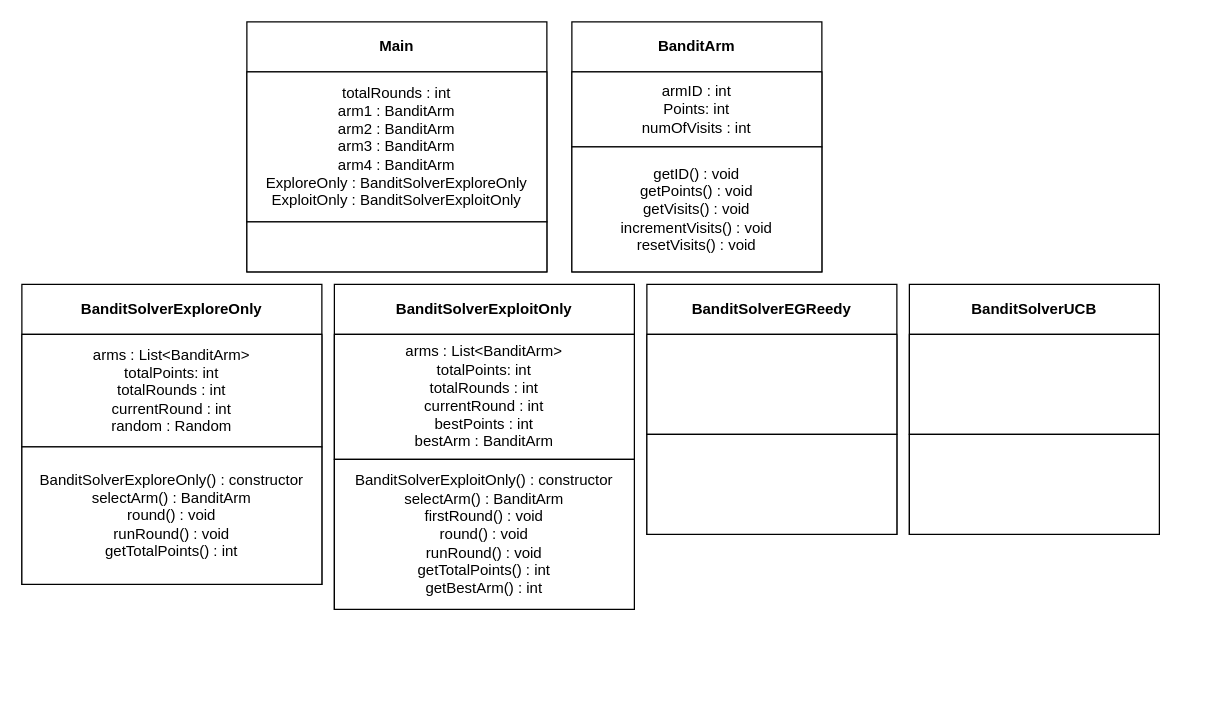
DanciuA004/Year3Project keeps this draw.io diagram as documents/Bandit UML.drawio. Above is the earlier version. Source tidied: cells renumbered, new cells numbered last; positions are measured from the earlier drawing's top-left corner, leaving out a move shared by most shapes. Both pictures are drawn from the tidied source at 125%, with x=0, y=0 at pixel (21, 21).
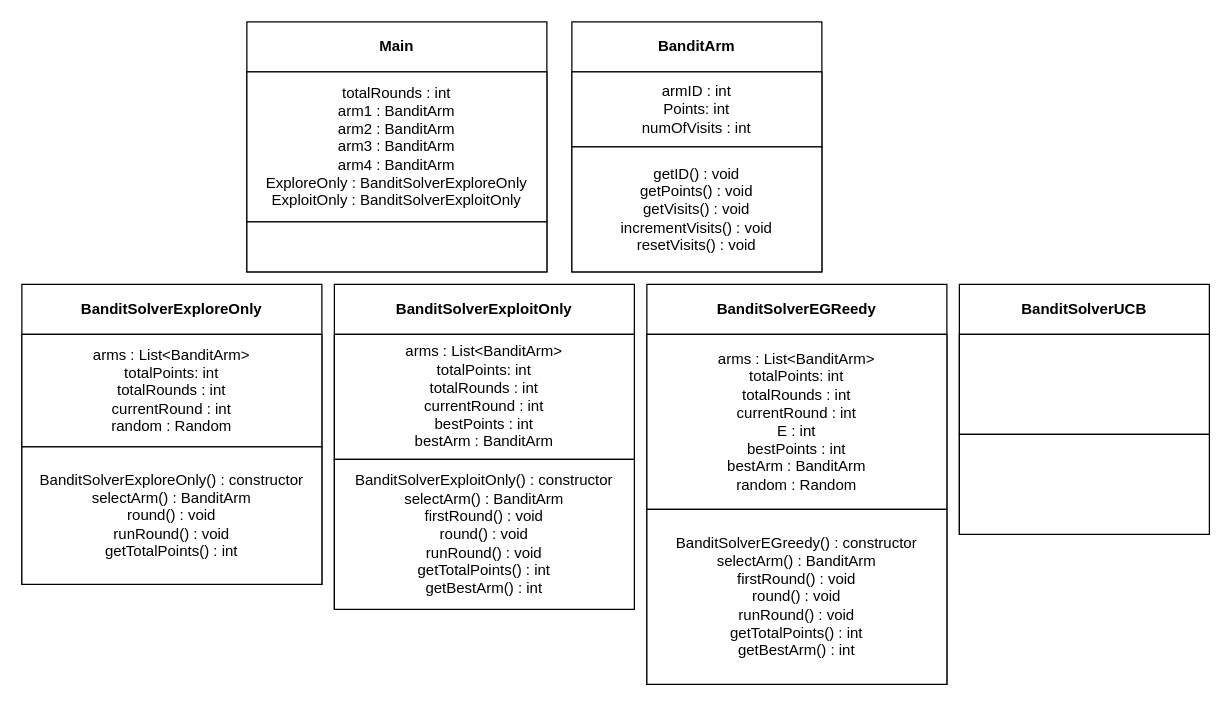
The same page after the edit.

Commit message:
Updated Bandit UML to reflect current code

Diff of the diagram source:
```diff
@@
 <mxGraphModel>
   <root>
     <mxCell id="0" />
     <mxCell id="1" parent="0" />
     <mxCell id="2" value="Main" style="swimlane;whiteSpace=wrap;html=1;startSize=40;" parent="1" vertex="1">
       <mxGeometry x="180" width="240" height="200" as="geometry" />
     </mxCell>
     <mxCell id="3" value="totalRounds : int&lt;br&gt;arm1 : BanditArm&lt;br&gt;arm2 : BanditArm&lt;br&gt;arm3 : BanditArm&lt;br&gt;arm4 : BanditArm&lt;br&gt;ExploreOnly :&amp;nbsp;BanditSolverExploreOnly&lt;br&gt;ExploitOnly : BanditSolverExploitOnly" style="whiteSpace=wrap;html=1;" parent="2" vertex="1">
       <mxGeometry y="40" width="240" height="120" as="geometry" />
     </mxCell>
     <mxCell id="4" style="whiteSpace=wrap;html=1;" parent="2" vertex="1">
       <mxGeometry y="160" width="240" height="40" as="geometry" />
     </mxCell>
     <mxCell id="5" value="BanditArm" style="swimlane;whiteSpace=wrap;html=1;startSize=40;" parent="1" vertex="1">
       <mxGeometry x="440" width="200" height="200" as="geometry" />
     </mxCell>
     <mxCell id="6" value="armID : int&lt;br&gt;Points: int&lt;br&gt;numOfVisits : int" style="whiteSpace=wrap;html=1;" parent="5" vertex="1">
       <mxGeometry y="40" width="200" height="60" as="geometry" />
     </mxCell>
     <mxCell id="7" value="getID() : void&lt;br&gt;getPoints() : void&lt;br&gt;getVisits() : void&lt;br&gt;incrementVisits() : void&lt;br&gt;resetVisits() : void" style="whiteSpace=wrap;html=1;" parent="5" vertex="1">
       <mxGeometry y="100" width="200" height="100" as="geometry" />
     </mxCell>
     <mxCell id="8" value="BanditSolverExploreOnly" style="swimlane;whiteSpace=wrap;html=1;startSize=40;" parent="1" vertex="1">
       <mxGeometry y="210" width="240" height="240" as="geometry" />
     </mxCell>
     <mxCell id="9" value="arms : List&amp;lt;BanditArm&amp;gt;&lt;br&gt;totalPoints: int&lt;br&gt;totalRounds : int&lt;br&gt;currentRound : int&lt;br&gt;random : Random" style="whiteSpace=wrap;html=1;" parent="8" vertex="1">
       <mxGeometry y="40" width="240" height="90" as="geometry" />
     </mxCell>
     <mxCell id="10" value="BanditSolverExploreOnly() : constructor&lt;br&gt;selectArm() : BanditArm&lt;br&gt;round() : void&lt;br&gt;runRound() : void&lt;br&gt;getTotalPoints() : int" style="whiteSpace=wrap;html=1;" parent="8" vertex="1">
       <mxGeometry y="130" width="240" height="110" as="geometry" />
     </mxCell>
     <mxCell id="11" value="BanditSolverEGReedy" style="swimlane;whiteSpace=wrap;html=1;startSize=40;" parent="1" vertex="1">
-      <mxGeometry x="500" y="210" width="200" height="200" as="geometry" />
+      <mxGeometry x="500" y="210" width="240" height="320" as="geometry" />
     </mxCell>
-    <mxCell id="12" style="whiteSpace=wrap;html=1;" parent="11" vertex="1">
-      <mxGeometry y="40" width="200" height="80" as="geometry" />
+    <mxCell id="12" value="arms : List&amp;lt;BanditArm&amp;gt;&lt;br&gt;totalPoints: int&lt;br&gt;totalRounds : int&lt;br&gt;currentRound : int&lt;br&gt;E : int&lt;br&gt;bestPoints : int&lt;br&gt;bestArm : BanditArm&lt;br&gt;random : Random" style="whiteSpace=wrap;html=1;" parent="11" vertex="1">
+      <mxGeometry y="40" width="240" height="140" as="geometry" />
     </mxCell>
-    <mxCell id="13" style="whiteSpace=wrap;html=1;" parent="11" vertex="1">
-      <mxGeometry y="120" width="200" height="80" as="geometry" />
+    <mxCell id="13" value="BanditSolverEGreedy() : constructor&lt;br&gt;selectArm() : BanditArm&lt;br&gt;firstRound() : void&lt;br&gt;round() : void&lt;br&gt;runRound() : void&lt;br&gt;getTotalPoints() : int&lt;br&gt;getBestArm() : int" style="whiteSpace=wrap;html=1;" parent="11" vertex="1">
+      <mxGeometry y="180" width="240" height="140" as="geometry" />
     </mxCell>
     <mxCell id="14" value="BanditSolverUCB" style="swimlane;whiteSpace=wrap;html=1;startSize=40;" parent="1" vertex="1">
-      <mxGeometry x="710" y="210" width="200" height="200" as="geometry" />
+      <mxGeometry x="750" y="210" width="200" height="200" as="geometry" />
     </mxCell>
     <mxCell id="15" style="whiteSpace=wrap;html=1;" parent="14" vertex="1">
       <mxGeometry y="40" width="200" height="80" as="geometry" />
     </mxCell>
     <mxCell id="16" style="whiteSpace=wrap;html=1;" parent="14" vertex="1">
       <mxGeometry y="120" width="200" height="80" as="geometry" />
     </mxCell>
     <mxCell id="17" value="BanditSolverExploitOnly" style="swimlane;whiteSpace=wrap;html=1;startSize=40;" parent="1" vertex="1">
       <mxGeometry x="250" y="210" width="240" height="260" as="geometry" />
     </mxCell>
     <mxCell id="18" value="arms : List&amp;lt;BanditArm&amp;gt;&lt;br&gt;totalPoints: int&lt;br&gt;totalRounds : int&lt;br&gt;currentRound : int&lt;br&gt;bestPoints : int&lt;br&gt;bestArm : BanditArm" style="whiteSpace=wrap;html=1;" parent="17" vertex="1">
       <mxGeometry y="40" width="240" height="100" as="geometry" />
     </mxCell>
     <mxCell id="19" value="BanditSolverExploitOnly() : constructor&lt;br&gt;selectArm() : BanditArm&lt;br&gt;firstRound() : void&lt;br&gt;round() : void&lt;br&gt;runRound() : void&lt;br&gt;getTotalPoints() : int&lt;br&gt;getBestArm() : int" style="whiteSpace=wrap;html=1;" parent="17" vertex="1">
       <mxGeometry y="140" width="240" height="120" as="geometry" />
     </mxCell>
   </root>
 </mxGraphModel>
```
